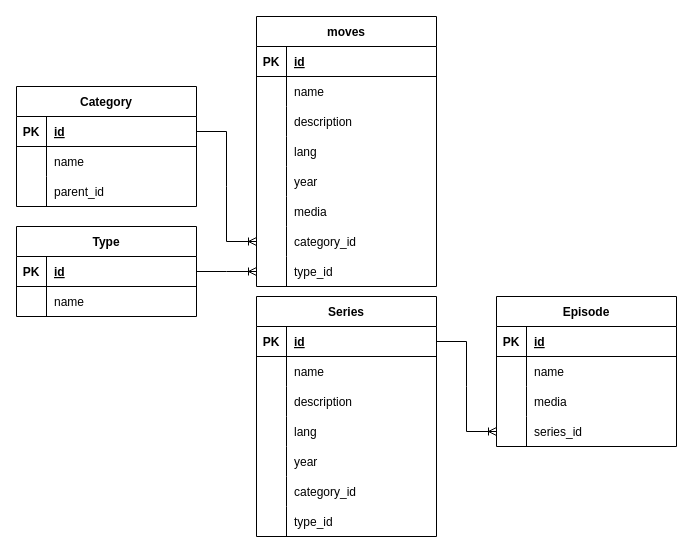
Above: aflam.drawio in andrew-atef/andrew-atef (draw.io), before the change. Source tidied: cells renumbered, new cells numbered last; positions are measured from the earlier drawing's top-left corner, leaving out a move shared by most shapes. Both pictures are drawn from the tidied source at 100%, with x=0, y=0 at pixel (16, 16).
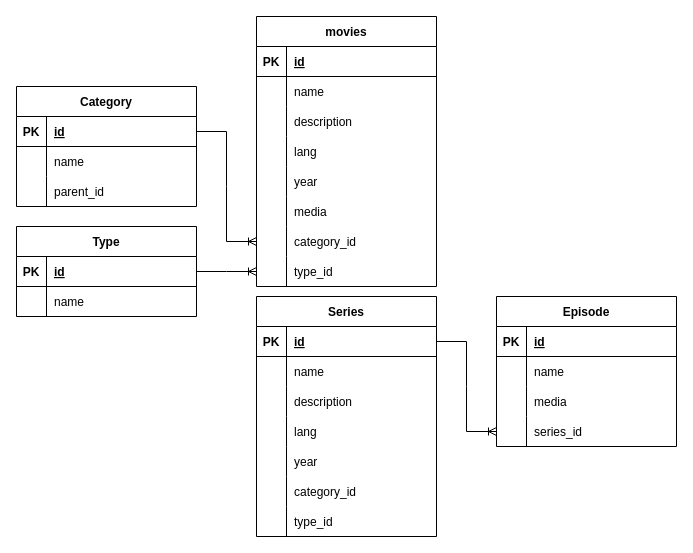
The same diagram, later.

Diff of the diagram source:
```diff
@@
-    <mxCell id="2" value="moves" style="shape=table;startSize=30;childLayout=tableLayout;rowLines=0;fontStyle=1;align=center;" parent="1" vertex="1">
+    <mxCell id="2" value="movies" style="shape=table;startSize=30;childLayout=tableLayout;rowLines=0;fontStyle=1;align=center;" parent="1" vertex="1">
       <mxGeometry x="240" width="180" height="270" as="geometry" />
     </mxCell>
```
